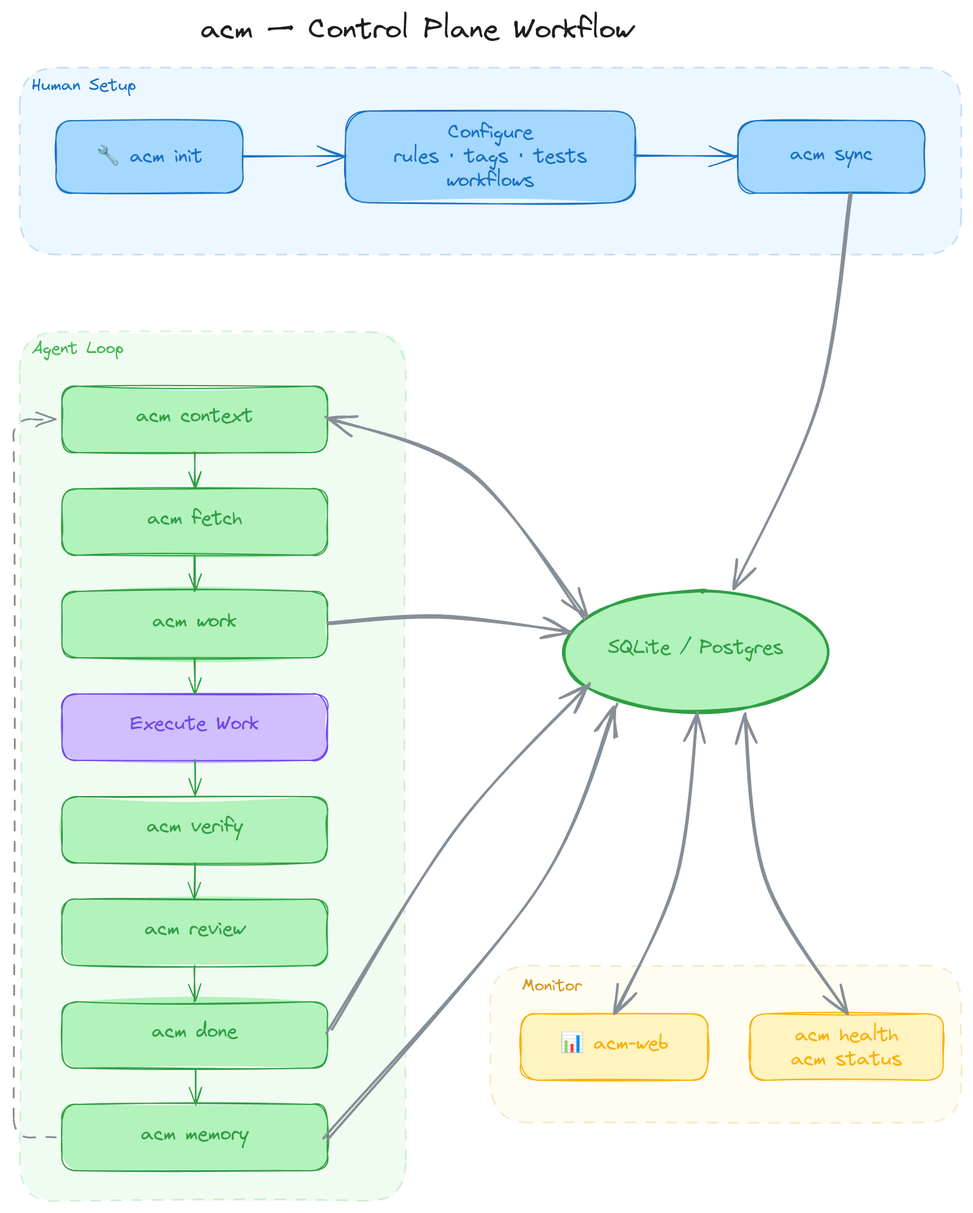
Above: docs/architecture/acm-flow-transparent.png in BonzTM/agent-context-manager (Excalidraw), before the change. Source tidied: one line per element, renumbered; positions are measured from the earlier drawing's top-left corner, leaving out a move shared by most shapes. Source of this version:
```json
{"id": 0, "type": "text", "text": "acm — Control Plane Workflow", "strokeColor": "#1e1e1e", "strokeWidth": 1, "roughness": 0, "fontSize": 24, "fontFamily": 1, "x": 155, "y": 0, "width": 420, "height": 30}
{"id": 1, "type": "rectangle", "strokeColor": "#1971c2", "backgroundColor": "#a5d8ff", "fillStyle": "solid", "strokeWidth": 1, "strokeStyle": "dashed", "roughness": 0, "opacity": 20, "round": true, "x": 5, "y": 46, "width": 780, "height": 155}
{"id": 2, "type": "text", "text": "Human Setup", "strokeColor": "#1971c2", "strokeWidth": 1, "roughness": 0, "fontSize": 14, "fontFamily": 1, "x": 15, "y": 52, "width": 100, "height": 18}
{"id": 3, "type": "rectangle", "strokeColor": "#1971c2", "backgroundColor": "#a5d8ff", "fillStyle": "solid", "strokeWidth": 1, "roughness": 1, "round": true, "x": 35, "y": 90, "width": 155, "height": 60}
{"id": 4, "type": "text", "text": "🔧 acm init", "strokeColor": "#1971c2", "strokeWidth": 1, "roughness": 0, "fontSize": 16, "fontFamily": 1, "textAlign": "center", "verticalAlign": "middle", "inside": 3, "x": 68, "y": 110, "width": 88, "height": 20}
{"id": 5, "type": "rectangle", "strokeColor": "#1971c2", "backgroundColor": "#a5d8ff", "fillStyle": "solid", "strokeWidth": 1, "roughness": 1, "round": true, "x": 275, "y": 82, "width": 240, "height": 76}
{"id": 6, "type": "text", "text": "Configure\nrules · tags · tests\nworkflows", "strokeColor": "#1971c2", "strokeWidth": 1, "roughness": 0, "fontSize": 16, "fontFamily": 1, "textAlign": "center", "verticalAlign": "middle", "inside": 5, "x": 285, "y": 90, "width": 220, "height": 60}
{"id": 7, "type": "rectangle", "strokeColor": "#1971c2", "backgroundColor": "#a5d8ff", "fillStyle": "solid", "strokeWidth": 1, "roughness": 1, "round": true, "x": 600, "y": 90, "width": 155, "height": 60}
{"id": 8, "type": "text", "text": "acm sync", "strokeColor": "#1971c2", "strokeWidth": 1, "roughness": 0, "fontSize": 16, "fontFamily": 1, "textAlign": "center", "verticalAlign": "middle", "inside": 7, "x": 635, "y": 108, "width": 85, "height": 25}
{"id": 9, "type": "arrow", "strokeColor": "#1971c2", "strokeWidth": 1, "roughness": 1, "endArrowhead": "arrow", "round": true, "from": 3, "to": 5, "x": 190, "y": 120, "width": 85, "height": 0, "points": [[0, 0], [85, 0]]}
{"id": 10, "type": "arrow", "strokeColor": "#1971c2", "strokeWidth": 1, "roughness": 1, "endArrowhead": "arrow", "round": true, "from": 5, "to": 7, "x": 515, "y": 120, "width": 85, "height": 0, "points": [[0, 0], [85, 0]]}
{"id": 11, "type": "rectangle", "strokeColor": "#3fb950", "backgroundColor": "#b2f2bb", "fillStyle": "solid", "strokeWidth": 1, "strokeStyle": "dashed", "roughness": 1, "opacity": 20, "round": true, "x": 5, "y": 265, "width": 320, "height": 720}
{"id": 12, "type": "text", "text": "Agent Loop", "strokeColor": "#3fb950", "strokeWidth": 1, "roughness": 1, "fontSize": 14, "fontFamily": 1, "x": 15, "y": 270, "width": 90, "height": 18}
{"id": 13, "type": "rectangle", "strokeColor": "#2f9e44", "backgroundColor": "#b2f2bb", "fillStyle": "solid", "strokeWidth": 1, "roughness": 1, "round": true, "x": 40, "y": 310, "width": 220, "height": 55}
{"id": 14, "type": "text", "text": "acm context", "strokeColor": "#2f9e44", "strokeWidth": 1, "roughness": 0, "fontSize": 16, "fontFamily": 1, "textAlign": "center", "verticalAlign": "middle", "inside": 13, "x": 95, "y": 325, "width": 110, "height": 25}
{"id": 15, "type": "rectangle", "strokeColor": "#2f9e44", "backgroundColor": "#b2f2bb", "fillStyle": "solid", "strokeWidth": 1, "roughness": 1, "round": true, "x": 40, "y": 395, "width": 220, "height": 55}
{"id": 16, "type": "text", "text": "acm fetch", "strokeColor": "#2f9e44", "strokeWidth": 1, "roughness": 0, "fontSize": 16, "fontFamily": 1, "textAlign": "center", "verticalAlign": "middle", "inside": 15, "x": 105, "y": 410, "width": 90, "height": 25}
{"id": 17, "type": "rectangle", "strokeColor": "#2f9e44", "backgroundColor": "#b2f2bb", "fillStyle": "solid", "strokeWidth": 1, "roughness": 1, "round": true, "x": 40, "y": 480, "width": 220, "height": 55}
{"id": 18, "type": "text", "text": "acm work", "strokeColor": "#2f9e44", "strokeWidth": 1, "roughness": 0, "fontSize": 16, "fontFamily": 1, "textAlign": "center", "verticalAlign": "middle", "inside": 17, "x": 105, "y": 495, "width": 90, "height": 25}
{"id": 19, "type": "rectangle", "strokeColor": "#7048e8", "backgroundColor": "#d0bfff", "fillStyle": "solid", "strokeWidth": 1, "roughness": 1, "round": true, "x": 40, "y": 565, "width": 220, "height": 55}
{"id": 20, "type": "text", "text": "Execute Work", "strokeColor": "#7048e8", "strokeWidth": 1, "roughness": 0, "fontSize": 16, "fontFamily": 1, "textAlign": "center", "verticalAlign": "middle", "inside": 19, "x": 90, "y": 580, "width": 120, "height": 25}
{"id": 21, "type": "rectangle", "strokeColor": "#2f9e44", "backgroundColor": "#b2f2bb", "fillStyle": "solid", "strokeWidth": 1, "roughness": 1, "round": true, "x": 40, "y": 650, "width": 220, "height": 55}
{"id": 22, "type": "text", "text": "acm verify", "strokeColor": "#2f9e44", "strokeWidth": 1, "roughness": 0, "fontSize": 16, "fontFamily": 1, "textAlign": "center", "verticalAlign": "middle", "inside": 21, "x": 100, "y": 665, "width": 100, "height": 25}
{"id": 23, "type": "rectangle", "strokeColor": "#2f9e44", "backgroundColor": "#b2f2bb", "fillStyle": "solid", "strokeWidth": 1, "roughness": 1, "round": true, "x": 40, "y": 735, "width": 220, "height": 55}
{"id": 24, "type": "text", "text": "acm review", "strokeColor": "#2f9e44", "strokeWidth": 1, "roughness": 0, "fontSize": 16, "fontFamily": 1, "textAlign": "center", "verticalAlign": "middle", "inside": 23, "x": 95, "y": 750, "width": 110, "height": 25}
{"id": 25, "type": "rectangle", "strokeColor": "#2f9e44", "backgroundColor": "#b2f2bb", "fillStyle": "solid", "strokeWidth": 1, "roughness": 1, "round": true, "x": 40, "y": 820, "width": 220, "height": 55}
{"id": 26, "type": "text", "text": "acm done", "strokeColor": "#2f9e44", "strokeWidth": 1, "roughness": 0, "fontSize": 16, "fontFamily": 1, "textAlign": "center", "verticalAlign": "middle", "inside": 25, "x": 105, "y": 835, "width": 90, "height": 25}
{"id": 27, "type": "rectangle", "strokeColor": "#2f9e44", "backgroundColor": "#b2f2bb", "fillStyle": "solid", "strokeWidth": 1, "roughness": 1, "round": true, "x": 40, "y": 905, "width": 220, "height": 55}
{"id": 28, "type": "text", "text": "acm memory", "strokeColor": "#2f9e44", "strokeWidth": 1, "roughness": 0, "fontSize": 16, "fontFamily": 1, "textAlign": "center", "verticalAlign": "middle", "inside": 27, "x": 90, "y": 920, "width": 120, "height": 25}
{"id": 29, "type": "arrow", "strokeColor": "#2f9e44", "strokeWidth": 1, "roughness": 1, "endArrowhead": "arrow", "round": true, "from": 13, "to": 15, "x": 150, "y": 365, "width": 0, "height": 30, "points": [[0, 0], [0, 30]]}
{"id": 30, "type": "arrow", "strokeColor": "#2f9e44", "strokeWidth": 1, "roughness": 1, "endArrowhead": "arrow", "round": true, "from": 15, "to": 17, "x": 150, "y": 450, "width": 0, "height": 30, "points": [[0, 0], [0, 30]]}
{"id": 31, "type": "arrow", "strokeColor": "#2f9e44", "strokeWidth": 1, "roughness": 1, "endArrowhead": "arrow", "round": true, "from": 17, "to": 19, "x": 150, "y": 535, "width": 0, "height": 30, "points": [[0, 0], [0, 30]]}
{"id": 32, "type": "arrow", "strokeColor": "#2f9e44", "strokeWidth": 1, "roughness": 1, "endArrowhead": "arrow", "round": true, "from": 19, "to": 21, "x": 150, "y": 620, "width": 0, "height": 30, "points": [[0, 0], [0, 30]]}
{"id": 33, "type": "arrow", "strokeColor": "#2f9e44", "strokeWidth": 1, "roughness": 1, "endArrowhead": "arrow", "round": true, "from": 21, "to": 23, "x": 150, "y": 705, "width": 0, "height": 30, "points": [[0, 0], [0, 30]]}
{"id": 34, "type": "arrow", "strokeColor": "#2f9e44", "strokeWidth": 1, "roughness": 1, "endArrowhead": "arrow", "round": true, "from": 23, "to": 25, "x": 150, "y": 790, "width": 0, "height": 30, "points": [[0, 0], [0, 30]]}
{"id": 35, "type": "arrow", "strokeColor": "#868e96", "strokeWidth": 1, "strokeStyle": "dashed", "roughness": 1, "endArrowhead": "arrow", "from": 27, "to": 13, "x": 35, "y": 932, "width": 35, "height": 595, "points": [[0, 0], [-35, 0], [-35, -595], [0, -595]]}
{"id": 36, "type": "ellipse", "strokeColor": "#2f9e44", "backgroundColor": "#b2f2bb", "fillStyle": "solid", "strokeWidth": 2, "roughness": 1, "round": true, "x": 455, "y": 480, "width": 220, "height": 100}
{"id": 37, "type": "text", "text": "SQLite / Postgres", "strokeColor": "#2f9e44", "strokeWidth": 1, "roughness": 0, "fontSize": 16, "fontFamily": 1, "textAlign": "center", "verticalAlign": "middle", "inside": 36, "x": 495, "y": 517, "width": 140, "height": 25}
{"id": 38, "type": "rectangle", "strokeColor": "#d29922", "backgroundColor": "#fff3bf", "fillStyle": "solid", "strokeWidth": 1, "strokeStyle": "dashed", "roughness": 1, "opacity": 20, "round": true, "x": 395, "y": 790, "width": 390, "height": 130}
{"id": 39, "type": "text", "text": "Monitor", "strokeColor": "#d29922", "strokeWidth": 1, "roughness": 1, "fontSize": 14, "fontFamily": 1, "x": 421, "y": 798, "width": 60, "height": 18}
{"id": 40, "type": "rectangle", "strokeColor": "#fab005", "backgroundColor": "#fff3bf", "fillStyle": "solid", "strokeWidth": 1, "roughness": 1, "round": true, "x": 420, "y": 830, "width": 155, "height": 55}
{"id": 41, "type": "text", "text": "📊 acm-web", "strokeColor": "#fab005", "strokeWidth": 1, "roughness": 0, "fontSize": 16, "fontFamily": 1, "textAlign": "center", "verticalAlign": "middle", "inside": 40, "x": 440, "y": 845, "width": 115, "height": 25}
{"id": 42, "type": "rectangle", "strokeColor": "#fab005", "backgroundColor": "#fff3bf", "fillStyle": "solid", "strokeWidth": 1, "roughness": 1, "round": true, "x": 610, "y": 830, "width": 160, "height": 55}
{"id": 43, "type": "text", "text": "acm health\nacm status", "strokeColor": "#fab005", "strokeWidth": 1, "roughness": 0, "fontSize": 16, "fontFamily": 1, "textAlign": "center", "verticalAlign": "middle", "inside": 42, "x": 630, "y": 838, "width": 120, "height": 40}
{"id": 44, "type": "arrow", "strokeColor": "#868e96", "strokeWidth": 2, "roughness": 1, "endArrowhead": "arrow", "round": true, "from": 7, "to": 36, "x": 694, "y": 150, "width": 98, "height": 327, "points": [[0, 0], [-26, 172], [-98, 327]]}
{"id": 45, "type": "arrow", "strokeColor": "#868e96", "strokeWidth": 2, "roughness": 1, "startArrowhead": "arrow", "endArrowhead": "arrow", "round": true, "from": 13, "to": 36, "x": 260, "y": 337, "width": 214, "height": 165, "points": [[0, 0], [118, 44], [214, 165]]}
{"id": 46, "type": "arrow", "strokeColor": "#868e96", "strokeWidth": 2, "roughness": 1, "endArrowhead": "arrow", "round": true, "from": 17, "to": 36, "x": 260, "y": 507, "width": 201, "height": 14, "points": [[0, 0], [94, -6], [201, 7]]}
{"id": 47, "type": "arrow", "strokeColor": "#868e96", "strokeWidth": 2, "roughness": 2, "endArrowhead": "arrow", "round": true, "from": 25, "to": 36, "x": 260, "y": 847, "width": 217, "height": 289, "points": [[0, 0], [108, -170], [217, -289]]}
{"id": 48, "type": "arrow", "strokeColor": "#868e96", "strokeWidth": 2, "roughness": 2, "endArrowhead": "arrow", "round": true, "from": 27, "to": 36, "x": 260, "y": 932, "width": 241, "height": 358, "points": [[0, 0], [176, -208], [241, -358]]}
{"id": 49, "type": "arrow", "strokeColor": "#868e96", "strokeWidth": 2, "roughness": 1, "startArrowhead": "arrow", "endArrowhead": "arrow", "round": true, "from": 40, "to": 36, "x": 498, "y": 830, "width": 68, "height": 250, "points": [[0, 0], [50, -114], [68, -250]]}
{"id": 50, "type": "arrow", "strokeColor": "#868e96", "strokeWidth": 2, "roughness": 1, "startArrowhead": "arrow", "endArrowhead": "arrow", "round": true, "from": 42, "to": 36, "x": 690, "y": 830, "width": 84, "height": 249, "points": [[0, 0], [-68, -112], [-84, -249]]}
{"id": 51, "type": "arrow", "strokeColor": "#2f9e44", "strokeWidth": 1, "roughness": 1, "endArrowhead": "arrow", "round": true, "x": 150, "y": 876, "width": 0, "height": 30, "points": [[0, 0], [0, 30]]}
```
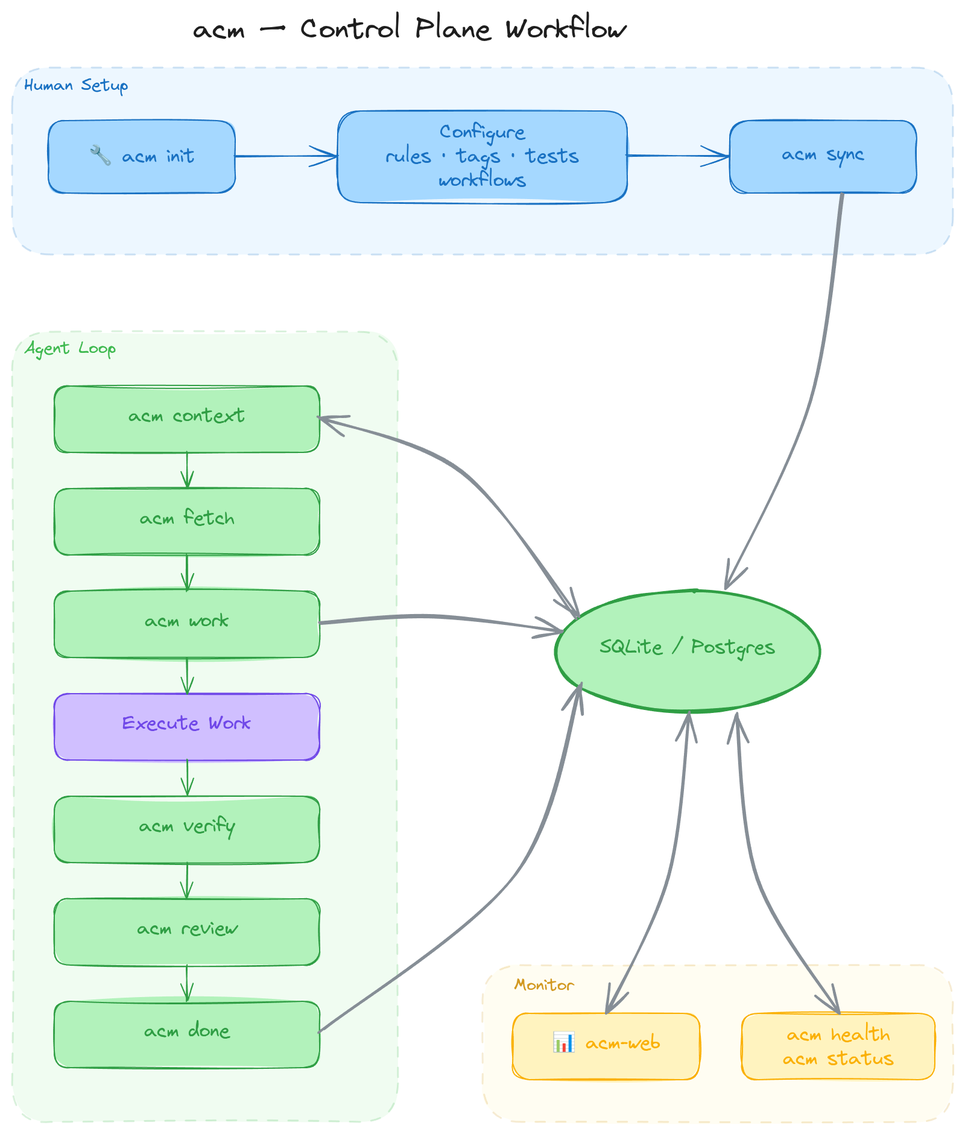
Above is the later version.

What changed in the source:
```diff
@@ -9,7 +9,7 @@
 {"id": 8, "type": "text", "text": "acm sync", "strokeColor": "#1971c2", "strokeWidth": 1, "roughness": 0, "fontSize": 16, "fontFamily": 1, "textAlign": "center", "verticalAlign": "middle", "inside": 7, "x": 635, "y": 108, "width": 85, "height": 25}
 {"id": 9, "type": "arrow", "strokeColor": "#1971c2", "strokeWidth": 1, "roughness": 1, "endArrowhead": "arrow", "round": true, "from": 3, "to": 5, "x": 190, "y": 120, "width": 85, "height": 0, "points": [[0, 0], [85, 0]]}
 {"id": 10, "type": "arrow", "strokeColor": "#1971c2", "strokeWidth": 1, "roughness": 1, "endArrowhead": "arrow", "round": true, "from": 5, "to": 7, "x": 515, "y": 120, "width": 85, "height": 0, "points": [[0, 0], [85, 0]]}
-{"id": 11, "type": "rectangle", "strokeColor": "#3fb950", "backgroundColor": "#b2f2bb", "fillStyle": "solid", "strokeWidth": 1, "strokeStyle": "dashed", "roughness": 1, "opacity": 20, "round": true, "x": 5, "y": 265, "width": 320, "height": 720}
+{"id": 11, "type": "rectangle", "strokeColor": "#3fb950", "backgroundColor": "#b2f2bb", "fillStyle": "solid", "strokeWidth": 1, "strokeStyle": "dashed", "roughness": 1, "opacity": 20, "round": true, "x": 5, "y": 265, "width": 320, "height": 655}
 {"id": 12, "type": "text", "text": "Agent Loop", "strokeColor": "#3fb950", "strokeWidth": 1, "roughness": 1, "fontSize": 14, "fontFamily": 1, "x": 15, "y": 270, "width": 90, "height": 18}
 {"id": 13, "type": "rectangle", "strokeColor": "#2f9e44", "backgroundColor": "#b2f2bb", "fillStyle": "solid", "strokeWidth": 1, "roughness": 1, "round": true, "x": 40, "y": 310, "width": 220, "height": 55}
 {"id": 14, "type": "text", "text": "acm context", "strokeColor": "#2f9e44", "strokeWidth": 1, "roughness": 0, "fontSize": 16, "fontFamily": 1, "textAlign": "center", "verticalAlign": "middle", "inside": 13, "x": 95, "y": 325, "width": 110, "height": 25}
@@ -25,15 +25,12 @@
 {"id": 24, "type": "text", "text": "acm review", "strokeColor": "#2f9e44", "strokeWidth": 1, "roughness": 0, "fontSize": 16, "fontFamily": 1, "textAlign": "center", "verticalAlign": "middle", "inside": 23, "x": 95, "y": 750, "width": 110, "height": 25}
 {"id": 25, "type": "rectangle", "strokeColor": "#2f9e44", "backgroundColor": "#b2f2bb", "fillStyle": "solid", "strokeWidth": 1, "roughness": 1, "round": true, "x": 40, "y": 820, "width": 220, "height": 55}
 {"id": 26, "type": "text", "text": "acm done", "strokeColor": "#2f9e44", "strokeWidth": 1, "roughness": 0, "fontSize": 16, "fontFamily": 1, "textAlign": "center", "verticalAlign": "middle", "inside": 25, "x": 105, "y": 835, "width": 90, "height": 25}
-{"id": 27, "type": "rectangle", "strokeColor": "#2f9e44", "backgroundColor": "#b2f2bb", "fillStyle": "solid", "strokeWidth": 1, "roughness": 1, "round": true, "x": 40, "y": 905, "width": 220, "height": 55}
-{"id": 28, "type": "text", "text": "acm memory", "strokeColor": "#2f9e44", "strokeWidth": 1, "roughness": 0, "fontSize": 16, "fontFamily": 1, "textAlign": "center", "verticalAlign": "middle", "inside": 27, "x": 90, "y": 920, "width": 120, "height": 25}
 {"id": 29, "type": "arrow", "strokeColor": "#2f9e44", "strokeWidth": 1, "roughness": 1, "endArrowhead": "arrow", "round": true, "from": 13, "to": 15, "x": 150, "y": 365, "width": 0, "height": 30, "points": [[0, 0], [0, 30]]}
 {"id": 30, "type": "arrow", "strokeColor": "#2f9e44", "strokeWidth": 1, "roughness": 1, "endArrowhead": "arrow", "round": true, "from": 15, "to": 17, "x": 150, "y": 450, "width": 0, "height": 30, "points": [[0, 0], [0, 30]]}
 {"id": 31, "type": "arrow", "strokeColor": "#2f9e44", "strokeWidth": 1, "roughness": 1, "endArrowhead": "arrow", "round": true, "from": 17, "to": 19, "x": 150, "y": 535, "width": 0, "height": 30, "points": [[0, 0], [0, 30]]}
 {"id": 32, "type": "arrow", "strokeColor": "#2f9e44", "strokeWidth": 1, "roughness": 1, "endArrowhead": "arrow", "round": true, "from": 19, "to": 21, "x": 150, "y": 620, "width": 0, "height": 30, "points": [[0, 0], [0, 30]]}
 {"id": 33, "type": "arrow", "strokeColor": "#2f9e44", "strokeWidth": 1, "roughness": 1, "endArrowhead": "arrow", "round": true, "from": 21, "to": 23, "x": 150, "y": 705, "width": 0, "height": 30, "points": [[0, 0], [0, 30]]}
 {"id": 34, "type": "arrow", "strokeColor": "#2f9e44", "strokeWidth": 1, "roughness": 1, "endArrowhead": "arrow", "round": true, "from": 23, "to": 25, "x": 150, "y": 790, "width": 0, "height": 30, "points": [[0, 0], [0, 30]]}
-{"id": 35, "type": "arrow", "strokeColor": "#868e96", "strokeWidth": 1, "strokeStyle": "dashed", "roughness": 1, "endArrowhead": "arrow", "from": 27, "to": 13, "x": 35, "y": 932, "width": 35, "height": 595, "points": [[0, 0], [-35, 0], [-35, -595], [0, -595]]}
 {"id": 36, "type": "ellipse", "strokeColor": "#2f9e44", "backgroundColor": "#b2f2bb", "fillStyle": "solid", "strokeWidth": 2, "roughness": 1, "round": true, "x": 455, "y": 480, "width": 220, "height": 100}
 {"id": 37, "type": "text", "text": "SQLite / Postgres", "strokeColor": "#2f9e44", "strokeWidth": 1, "roughness": 0, "fontSize": 16, "fontFamily": 1, "textAlign": "center", "verticalAlign": "middle", "inside": 36, "x": 495, "y": 517, "width": 140, "height": 25}
 {"id": 38, "type": "rectangle", "strokeColor": "#d29922", "backgroundColor": "#fff3bf", "fillStyle": "solid", "strokeWidth": 1, "strokeStyle": "dashed", "roughness": 1, "opacity": 20, "round": true, "x": 395, "y": 790, "width": 390, "height": 130}
@@ -45,8 +42,6 @@
 {"id": 44, "type": "arrow", "strokeColor": "#868e96", "strokeWidth": 2, "roughness": 1, "endArrowhead": "arrow", "round": true, "from": 7, "to": 36, "x": 694, "y": 150, "width": 98, "height": 327, "points": [[0, 0], [-26, 172], [-98, 327]]}
 {"id": 45, "type": "arrow", "strokeColor": "#868e96", "strokeWidth": 2, "roughness": 1, "startArrowhead": "arrow", "endArrowhead": "arrow", "round": true, "from": 13, "to": 36, "x": 260, "y": 337, "width": 214, "height": 165, "points": [[0, 0], [118, 44], [214, 165]]}
 {"id": 46, "type": "arrow", "strokeColor": "#868e96", "strokeWidth": 2, "roughness": 1, "endArrowhead": "arrow", "round": true, "from": 17, "to": 36, "x": 260, "y": 507, "width": 201, "height": 14, "points": [[0, 0], [94, -6], [201, 7]]}
-{"id": 47, "type": "arrow", "strokeColor": "#868e96", "strokeWidth": 2, "roughness": 2, "endArrowhead": "arrow", "round": true, "from": 25, "to": 36, "x": 260, "y": 847, "width": 217, "height": 289, "points": [[0, 0], [108, -170], [217, -289]]}
+{"id": 47, "type": "arrow", "strokeColor": "#868e96", "strokeWidth": 2, "roughness": 2, "endArrowhead": "arrow", "round": true, "from": 25, "to": 36, "x": 260, "y": 847, "width": 217, "height": 289, "points": [[0, 0], [164, -132], [217, -289]]}
-{"id": 48, "type": "arrow", "strokeColor": "#868e96", "strokeWidth": 2, "roughness": 2, "endArrowhead": "arrow", "round": true, "from": 27, "to": 36, "x": 260, "y": 932, "width": 241, "height": 358, "points": [[0, 0], [176, -208], [241, -358]]}
 {"id": 49, "type": "arrow", "strokeColor": "#868e96", "strokeWidth": 2, "roughness": 1, "startArrowhead": "arrow", "endArrowhead": "arrow", "round": true, "from": 40, "to": 36, "x": 498, "y": 830, "width": 68, "height": 250, "points": [[0, 0], [50, -114], [68, -250]]}
 {"id": 50, "type": "arrow", "strokeColor": "#868e96", "strokeWidth": 2, "roughness": 1, "startArrowhead": "arrow", "endArrowhead": "arrow", "round": true, "from": 42, "to": 36, "x": 690, "y": 830, "width": 84, "height": 249, "points": [[0, 0], [-68, -112], [-84, -249]]}
-{"id": 51, "type": "arrow", "strokeColor": "#2f9e44", "strokeWidth": 1, "roughness": 1, "endArrowhead": "arrow", "round": true, "x": 150, "y": 876, "width": 0, "height": 30, "points": [[0, 0], [0, 30]]}
```
